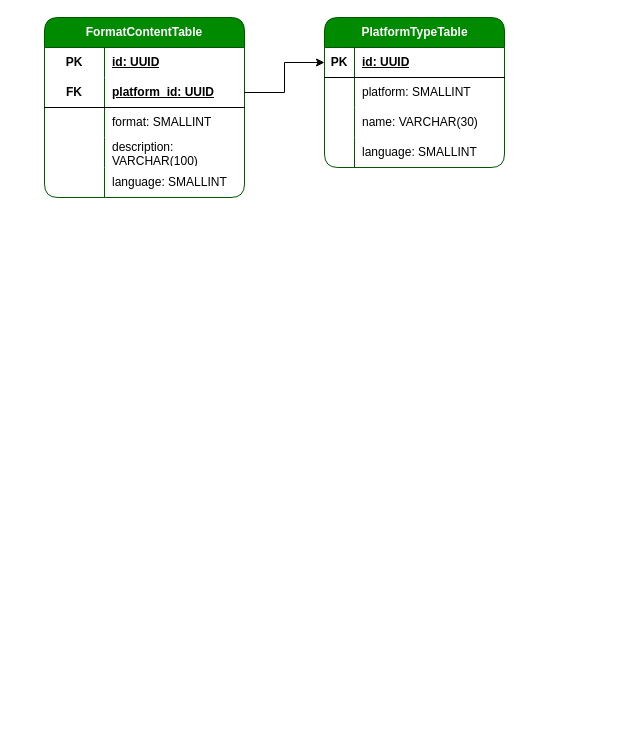
Earlier version of the draw.io diagram page "content_db" (9 of 9) of Advertiser-Blogger.drawio (KmvRoman/Diagrams). Source tidied: cells renumbered, new cells numbered last; positions are measured from the earlier drawing's top-left corner, leaving out a move shared by most shapes. Both pictures are drawn from the tidied source at 100%, with x=0, y=0 at pixel (44, 17).
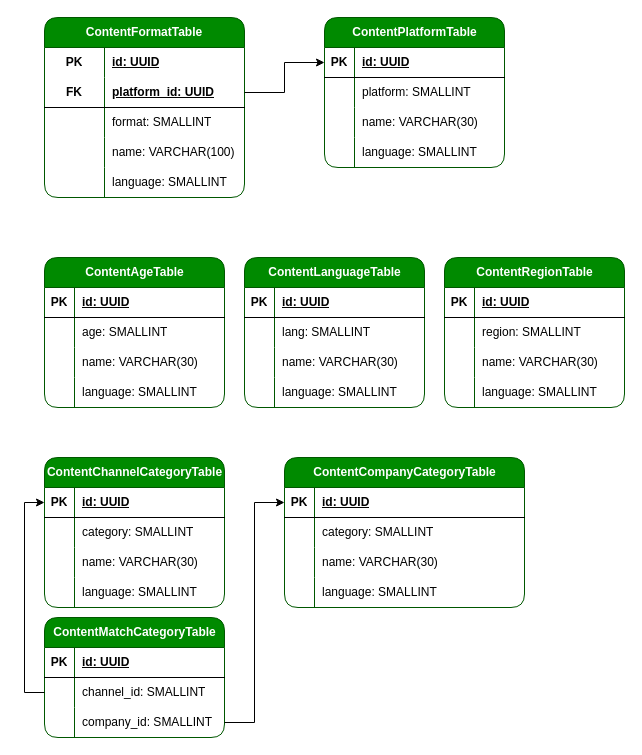
After the change.

The change refers to these unchanged cells:
```xml
<mxCell id="12" style="shape=tableRow;horizontal=0;startSize=0;swimlaneHead=0;swimlaneBody=0;fillColor=none;top=0;left=0;right=0;bottom=0;html=1;" parent="2" vertex="1">
  <mxGeometry y="120" width="200" height="30" as="geometry" />
</mxCell>
```

The edit, as a diff of the source:
```diff
@@
-    <mxCell id="2" value="FormatContentTable" style="shape=table;startSize=30;childLayout=tableLayout;rowLines=0;fontStyle=1;align=center;html=1;whiteSpace=wrap;rounded=1;fillColor=#008a00;fontColor=#ffffff;strokeColor=#005700;" parent="1" vertex="1">
+    <mxCell id="2" value="ContentFormatTable" style="shape=table;startSize=30;childLayout=tableLayout;rowLines=0;fontStyle=1;align=center;html=1;whiteSpace=wrap;rounded=1;fillColor=#008a00;fontColor=#ffffff;strokeColor=#005700;" parent="1" vertex="1">
       <mxGeometry width="200" height="180" as="geometry" />
     </mxCell>
@@
-    <mxCell id="14" value="description: VARCHAR(100)" style="shape=partialRectangle;fillColor=none;top=0;left=0;bottom=0;right=0;align=left;spacingLeft=6;overflow=hidden;html=1;whiteSpace=wrap;" parent="12" vertex="1">
+    <mxCell id="14" value="name: VARCHAR(100)" style="shape=partialRectangle;fillColor=none;top=0;left=0;bottom=0;right=0;align=left;spacingLeft=6;overflow=hidden;html=1;whiteSpace=wrap;" parent="12" vertex="1">
       <mxGeometry x="60" width="140" height="30" as="geometry" />
     </mxCell>
@@
-    <mxCell id="18" value="PlatformTypeTable" style="shape=table;startSize=30;childLayout=tableLayout;rowLines=0;fontStyle=1;align=center;html=1;rounded=1;fillColor=#008a00;fontColor=#ffffff;strokeColor=#005700;" parent="1" vertex="1">
+    <mxCell id="18" value="ContentPlatformTable" style="shape=table;startSize=30;childLayout=tableLayout;rowLines=0;fontStyle=1;align=center;html=1;rounded=1;fillColor=#008a00;fontColor=#ffffff;strokeColor=#005700;" parent="1" vertex="1">
       <mxGeometry x="280" width="180" height="150" as="geometry" />
     </mxCell>
@@
+    <mxCell id="32" value="ContentAgeTable" style="shape=table;startSize=30;childLayout=tableLayout;rowLines=0;fontStyle=1;align=center;html=1;rounded=1;fillColor=#008a00;fontColor=#ffffff;strokeColor=#005700;" parent="1" vertex="1">
+      <mxGeometry y="240" width="180" height="150" as="geometry" />
+    </mxCell>
+    <mxCell id="33" style="shape=tableRow;horizontal=0;startSize=0;swimlaneHead=0;swimlaneBody=0;fillColor=none;top=0;left=0;right=0;bottom=1;rounded=1;" parent="32" vertex="1">
+      <mxGeometry y="30" width="180" height="30" as="geometry" />
+    </mxCell>
+    <mxCell id="34" value="PK" style="shape=partialRectangle;fillColor=none;top=0;left=0;bottom=0;right=0;fontStyle=1;overflow=hidden;whiteSpace=wrap;html=1;" parent="33" vertex="1">
+      <mxGeometry width="30" height="30" as="geometry" />
+    </mxCell>
+    <mxCell id="35" value="id: UUID" style="shape=partialRectangle;fillColor=none;top=0;left=0;bottom=0;right=0;align=left;spacingLeft=6;fontStyle=5;overflow=hidden;whiteSpace=wrap;html=1;" parent="33" vertex="1">
+      <mxGeometry x="30" width="150" height="30" as="geometry" />
+    </mxCell>
+    <mxCell id="36" style="shape=tableRow;horizontal=0;startSize=0;swimlaneHead=0;swimlaneBody=0;fillColor=none;top=0;left=0;right=0;bottom=0;" parent="32" vertex="1">
+      <mxGeometry y="60" width="180" height="30" as="geometry" />
+    </mxCell>
+    <mxCell id="37" style="shape=partialRectangle;fillColor=none;top=0;left=0;bottom=0;right=0;overflow=hidden;whiteSpace=wrap;html=1;" parent="36" vertex="1">
+      <mxGeometry width="30" height="30" as="geometry" />
+    </mxCell>
+    <mxCell id="38" value="age: SMALLINT" style="shape=partialRectangle;fillColor=none;top=0;left=0;bottom=0;right=0;align=left;spacingLeft=6;overflow=hidden;whiteSpace=wrap;html=1;" parent="36" vertex="1">
+      <mxGeometry x="30" width="150" height="30" as="geometry" />
+    </mxCell>
+    <mxCell id="39" style="shape=tableRow;horizontal=0;startSize=0;swimlaneHead=0;swimlaneBody=0;fillColor=none;top=0;left=0;right=0;bottom=0;" parent="32" vertex="1">
+      <mxGeometry y="90" width="180" height="30" as="geometry" />
+    </mxCell>
+    <mxCell id="40" style="shape=partialRectangle;fillColor=none;top=0;left=0;bottom=0;right=0;overflow=hidden;whiteSpace=wrap;html=1;" parent="39" vertex="1">
+      <mxGeometry width="30" height="30" as="geometry" />
+    </mxCell>
+    <mxCell id="41" value="name: VARCHAR(30)" style="shape=partialRectangle;fillColor=none;top=0;left=0;bottom=0;right=0;align=left;spacingLeft=6;overflow=hidden;whiteSpace=wrap;html=1;" parent="39" vertex="1">
+      <mxGeometry x="30" width="150" height="30" as="geometry" />
+    </mxCell>
+    <mxCell id="42" style="shape=tableRow;horizontal=0;startSize=0;swimlaneHead=0;swimlaneBody=0;fillColor=none;top=0;left=0;right=0;bottom=0;" parent="32" vertex="1">
+      <mxGeometry y="120" width="180" height="30" as="geometry" />
+    </mxCell>
+    <mxCell id="43" style="shape=partialRectangle;fillColor=none;top=0;left=0;bottom=0;right=0;overflow=hidden;whiteSpace=wrap;html=1;" parent="42" vertex="1">
+      <mxGeometry width="30" height="30" as="geometry" />
+    </mxCell>
+    <mxCell id="44" value="language: SMALLINT" style="shape=partialRectangle;fillColor=none;top=0;left=0;bottom=0;right=0;align=left;spacingLeft=6;overflow=hidden;whiteSpace=wrap;html=1;" parent="42" vertex="1">
+      <mxGeometry x="30" width="150" height="30" as="geometry" />
+    </mxCell>
+    <mxCell id="45" value="ContentChannelCategoryTable" style="shape=table;startSize=30;childLayout=tableLayout;rowLines=0;fontStyle=1;align=center;html=1;rounded=1;fillColor=#008a00;fontColor=#ffffff;strokeColor=#005700;" parent="1" vertex="1">
+      <mxGeometry y="440" width="180" height="150" as="geometry" />
+    </mxCell>
+    <mxCell id="46" style="shape=tableRow;horizontal=0;startSize=0;swimlaneHead=0;swimlaneBody=0;fillColor=none;points=[[0,0.5],[1,0.5]];portConstraint=eastwest;top=0;left=0;right=0;bottom=1;rounded=1;" parent="45" vertex="1">
+      <mxGeometry y="30" width="180" height="30" as="geometry" />
+    </mxCell>
+    <mxCell id="47" value="PK" style="shape=partialRectangle;fillColor=none;top=0;left=0;bottom=0;right=0;fontStyle=1;overflow=hidden;whiteSpace=wrap;html=1;" parent="46" vertex="1">
+      <mxGeometry width="30" height="30" as="geometry" />
+    </mxCell>
+    <mxCell id="48" value="id: UUID" style="shape=partialRectangle;fillColor=none;top=0;left=0;bottom=0;right=0;align=left;spacingLeft=6;fontStyle=5;overflow=hidden;whiteSpace=wrap;html=1;" parent="46" vertex="1">
+      <mxGeometry x="30" width="150" height="30" as="geometry" />
+    </mxCell>
+    <mxCell id="49" style="shape=tableRow;horizontal=0;startSize=0;swimlaneHead=0;swimlaneBody=0;fillColor=none;top=0;left=0;right=0;bottom=0;" parent="45" vertex="1">
+      <mxGeometry y="60" width="180" height="30" as="geometry" />
+    </mxCell>
+    <mxCell id="50" style="shape=partialRectangle;fillColor=none;top=0;left=0;bottom=0;right=0;overflow=hidden;whiteSpace=wrap;html=1;" parent="49" vertex="1">
+      <mxGeometry width="30" height="30" as="geometry" />
+    </mxCell>
+    <mxCell id="51" value="category: SMALLINT" style="shape=partialRectangle;fillColor=none;top=0;left=0;bottom=0;right=0;align=left;spacingLeft=6;overflow=hidden;whiteSpace=wrap;html=1;" parent="49" vertex="1">
+      <mxGeometry x="30" width="150" height="30" as="geometry" />
+    </mxCell>
+    <mxCell id="52" style="shape=tableRow;horizontal=0;startSize=0;swimlaneHead=0;swimlaneBody=0;fillColor=none;top=0;left=0;right=0;bottom=0;" parent="45" vertex="1">
+      <mxGeometry y="90" width="180" height="30" as="geometry" />
+    </mxCell>
+    <mxCell id="53" style="shape=partialRectangle;fillColor=none;top=0;left=0;bottom=0;right=0;overflow=hidden;whiteSpace=wrap;html=1;" parent="52" vertex="1">
+      <mxGeometry width="30" height="30" as="geometry" />
+    </mxCell>
+    <mxCell id="54" value="name: VARCHAR(30)" style="shape=partialRectangle;fillColor=none;top=0;left=0;bottom=0;right=0;align=left;spacingLeft=6;overflow=hidden;whiteSpace=wrap;html=1;" parent="52" vertex="1">
+      <mxGeometry x="30" width="150" height="30" as="geometry" />
+    </mxCell>
+    <mxCell id="55" style="shape=tableRow;horizontal=0;startSize=0;swimlaneHead=0;swimlaneBody=0;fillColor=none;top=0;left=0;right=0;bottom=0;" parent="45" vertex="1">
+      <mxGeometry y="120" width="180" height="30" as="geometry" />
+    </mxCell>
+    <mxCell id="56" style="shape=partialRectangle;fillColor=none;top=0;left=0;bottom=0;right=0;overflow=hidden;whiteSpace=wrap;html=1;" parent="55" vertex="1">
+      <mxGeometry width="30" height="30" as="geometry" />
+    </mxCell>
+    <mxCell id="57" value="language: SMALLINT" style="shape=partialRectangle;fillColor=none;top=0;left=0;bottom=0;right=0;align=left;spacingLeft=6;overflow=hidden;whiteSpace=wrap;html=1;" parent="55" vertex="1">
+      <mxGeometry x="30" width="150" height="30" as="geometry" />
+    </mxCell>
+    <mxCell id="58" value="ContentRegionTable" style="shape=table;startSize=30;childLayout=tableLayout;rowLines=0;fontStyle=1;align=center;html=1;rounded=1;fillColor=#008a00;fontColor=#ffffff;strokeColor=#005700;" parent="1" vertex="1">
+      <mxGeometry x="400" y="240" width="180" height="150" as="geometry" />
+    </mxCell>
+    <mxCell id="59" style="shape=tableRow;horizontal=0;startSize=0;swimlaneHead=0;swimlaneBody=0;fillColor=none;top=0;left=0;right=0;bottom=1;rounded=1;" parent="58" vertex="1">
+      <mxGeometry y="30" width="180" height="30" as="geometry" />
+    </mxCell>
+    <mxCell id="60" value="PK" style="shape=partialRectangle;fillColor=none;top=0;left=0;bottom=0;right=0;fontStyle=1;overflow=hidden;whiteSpace=wrap;html=1;" parent="59" vertex="1">
+      <mxGeometry width="30" height="30" as="geometry" />
+    </mxCell>
+    <mxCell id="61" value="id: UUID" style="shape=partialRectangle;fillColor=none;top=0;left=0;bottom=0;right=0;align=left;spacingLeft=6;fontStyle=5;overflow=hidden;whiteSpace=wrap;html=1;" parent="59" vertex="1">
+      <mxGeometry x="30" width="150" height="30" as="geometry" />
+    </mxCell>
+    <mxCell id="62" style="shape=tableRow;horizontal=0;startSize=0;swimlaneHead=0;swimlaneBody=0;fillColor=none;top=0;left=0;right=0;bottom=0;" parent="58" vertex="1">
+      <mxGeometry y="60" width="180" height="30" as="geometry" />
+    </mxCell>
+    <mxCell id="63" style="shape=partialRectangle;fillColor=none;top=0;left=0;bottom=0;right=0;overflow=hidden;whiteSpace=wrap;html=1;" parent="62" vertex="1">
+      <mxGeometry width="30" height="30" as="geometry" />
+    </mxCell>
+    <mxCell id="64" value="region: SMALLINT" style="shape=partialRectangle;fillColor=none;top=0;left=0;bottom=0;right=0;align=left;spacingLeft=6;overflow=hidden;whiteSpace=wrap;html=1;" parent="62" vertex="1">
+      <mxGeometry x="30" width="150" height="30" as="geometry" />
+    </mxCell>
+    <mxCell id="65" style="shape=tableRow;horizontal=0;startSize=0;swimlaneHead=0;swimlaneBody=0;fillColor=none;top=0;left=0;right=0;bottom=0;" parent="58" vertex="1">
+      <mxGeometry y="90" width="180" height="30" as="geometry" />
+    </mxCell>
+    <mxCell id="66" style="shape=partialRectangle;fillColor=none;top=0;left=0;bottom=0;right=0;overflow=hidden;whiteSpace=wrap;html=1;" parent="65" vertex="1">
+      <mxGeometry width="30" height="30" as="geometry" />
+    </mxCell>
+    <mxCell id="67" value="name: VARCHAR(30)" style="shape=partialRectangle;fillColor=none;top=0;left=0;bottom=0;right=0;align=left;spacingLeft=6;overflow=hidden;whiteSpace=wrap;html=1;" parent="65" vertex="1">
+      <mxGeometry x="30" width="150" height="30" as="geometry" />
+    </mxCell>
+    <mxCell id="68" style="shape=tableRow;horizontal=0;startSize=0;swimlaneHead=0;swimlaneBody=0;fillColor=none;top=0;left=0;right=0;bottom=0;" parent="58" vertex="1">
+      <mxGeometry y="120" width="180" height="30" as="geometry" />
+    </mxCell>
+    <mxCell id="69" style="shape=partialRectangle;fillColor=none;top=0;left=0;bottom=0;right=0;overflow=hidden;whiteSpace=wrap;html=1;" parent="68" vertex="1">
+      <mxGeometry width="30" height="30" as="geometry" />
+    </mxCell>
+    <mxCell id="70" value="language: SMALLINT" style="shape=partialRectangle;fillColor=none;top=0;left=0;bottom=0;right=0;align=left;spacingLeft=6;overflow=hidden;whiteSpace=wrap;html=1;" parent="68" vertex="1">
+      <mxGeometry x="30" width="150" height="30" as="geometry" />
+    </mxCell>
+    <mxCell id="71" value="ContentLanguageTable" style="shape=table;startSize=30;childLayout=tableLayout;rowLines=0;fontStyle=1;align=center;html=1;rounded=1;fillColor=#008a00;fontColor=#ffffff;strokeColor=#005700;" parent="1" vertex="1">
+      <mxGeometry x="200" y="240" width="180" height="150" as="geometry" />
+    </mxCell>
+    <mxCell id="72" style="shape=tableRow;horizontal=0;startSize=0;swimlaneHead=0;swimlaneBody=0;fillColor=none;top=0;left=0;right=0;bottom=1;rounded=1;" parent="71" vertex="1">
+      <mxGeometry y="30" width="180" height="30" as="geometry" />
+    </mxCell>
+    <mxCell id="73" value="PK" style="shape=partialRectangle;fillColor=none;top=0;left=0;bottom=0;right=0;fontStyle=1;overflow=hidden;whiteSpace=wrap;html=1;" parent="72" vertex="1">
+      <mxGeometry width="30" height="30" as="geometry" />
+    </mxCell>
+    <mxCell id="74" value="id: UUID" style="shape=partialRectangle;fillColor=none;top=0;left=0;bottom=0;right=0;align=left;spacingLeft=6;fontStyle=5;overflow=hidden;whiteSpace=wrap;html=1;" parent="72" vertex="1">
+      <mxGeometry x="30" width="150" height="30" as="geometry" />
+    </mxCell>
+    <mxCell id="75" style="shape=tableRow;horizontal=0;startSize=0;swimlaneHead=0;swimlaneBody=0;fillColor=none;top=0;left=0;right=0;bottom=0;" parent="71" vertex="1">
+      <mxGeometry y="60" width="180" height="30" as="geometry" />
+    </mxCell>
+    <mxCell id="76" style="shape=partialRectangle;fillColor=none;top=0;left=0;bottom=0;right=0;overflow=hidden;whiteSpace=wrap;html=1;" parent="75" vertex="1">
+      <mxGeometry width="30" height="30" as="geometry" />
+    </mxCell>
+    <mxCell id="77" value="lang: SMALLINT" style="shape=partialRectangle;fillColor=none;top=0;left=0;bottom=0;right=0;align=left;spacingLeft=6;overflow=hidden;whiteSpace=wrap;html=1;" parent="75" vertex="1">
+      <mxGeometry x="30" width="150" height="30" as="geometry" />
+    </mxCell>
+    <mxCell id="78" style="shape=tableRow;horizontal=0;startSize=0;swimlaneHead=0;swimlaneBody=0;fillColor=none;top=0;left=0;right=0;bottom=0;" parent="71" vertex="1">
+      <mxGeometry y="90" width="180" height="30" as="geometry" />
+    </mxCell>
+    <mxCell id="79" style="shape=partialRectangle;fillColor=none;top=0;left=0;bottom=0;right=0;overflow=hidden;whiteSpace=wrap;html=1;" parent="78" vertex="1">
+      <mxGeometry width="30" height="30" as="geometry" />
+    </mxCell>
+    <mxCell id="80" value="name: VARCHAR(30)" style="shape=partialRectangle;fillColor=none;top=0;left=0;bottom=0;right=0;align=left;spacingLeft=6;overflow=hidden;whiteSpace=wrap;html=1;" parent="78" vertex="1">
+      <mxGeometry x="30" width="150" height="30" as="geometry" />
+    </mxCell>
+    <mxCell id="81" style="shape=tableRow;horizontal=0;startSize=0;swimlaneHead=0;swimlaneBody=0;fillColor=none;top=0;left=0;right=0;bottom=0;" parent="71" vertex="1">
+      <mxGeometry y="120" width="180" height="30" as="geometry" />
+    </mxCell>
+    <mxCell id="82" style="shape=partialRectangle;fillColor=none;top=0;left=0;bottom=0;right=0;overflow=hidden;whiteSpace=wrap;html=1;" parent="81" vertex="1">
+      <mxGeometry width="30" height="30" as="geometry" />
+    </mxCell>
+    <mxCell id="83" value="language: SMALLINT" style="shape=partialRectangle;fillColor=none;top=0;left=0;bottom=0;right=0;align=left;spacingLeft=6;overflow=hidden;whiteSpace=wrap;html=1;" parent="81" vertex="1">
+      <mxGeometry x="30" width="150" height="30" as="geometry" />
+    </mxCell>
+    <mxCell id="84" value="ContentCompanyCategoryTable" style="shape=table;startSize=30;childLayout=tableLayout;rowLines=0;fontStyle=1;align=center;html=1;rounded=1;fillColor=#008a00;fontColor=#ffffff;strokeColor=#005700;" parent="1" vertex="1">
+      <mxGeometry x="240" y="440" width="240" height="150" as="geometry" />
+    </mxCell>
+    <mxCell id="85" style="shape=tableRow;horizontal=0;startSize=0;swimlaneHead=0;swimlaneBody=0;fillColor=none;points=[[0,0.5],[1,0.5]];portConstraint=eastwest;top=0;left=0;right=0;bottom=1;rounded=1;" parent="84" vertex="1">
+      <mxGeometry y="30" width="240" height="30" as="geometry" />
+    </mxCell>
+    <mxCell id="86" value="PK" style="shape=partialRectangle;fillColor=none;top=0;left=0;bottom=0;right=0;fontStyle=1;overflow=hidden;whiteSpace=wrap;html=1;" parent="85" vertex="1">
+      <mxGeometry width="30" height="30" as="geometry" />
+    </mxCell>
+    <mxCell id="87" value="id: UUID" style="shape=partialRectangle;fillColor=none;top=0;left=0;bottom=0;right=0;align=left;spacingLeft=6;fontStyle=5;overflow=hidden;whiteSpace=wrap;html=1;" parent="85" vertex="1">
+      <mxGeometry x="30" width="210" height="30" as="geometry" />
+    </mxCell>
+    <mxCell id="88" style="shape=tableRow;horizontal=0;startSize=0;swimlaneHead=0;swimlaneBody=0;fillColor=none;top=0;left=0;right=0;bottom=0;" parent="84" vertex="1">
+      <mxGeometry y="60" width="240" height="30" as="geometry" />
+    </mxCell>
+    <mxCell id="89" style="shape=partialRectangle;fillColor=none;top=0;left=0;bottom=0;right=0;overflow=hidden;whiteSpace=wrap;html=1;" parent="88" vertex="1">
+      <mxGeometry width="30" height="30" as="geometry" />
+    </mxCell>
+    <mxCell id="90" value="category: SMALLINT" style="shape=partialRectangle;fillColor=none;top=0;left=0;bottom=0;right=0;align=left;spacingLeft=6;overflow=hidden;whiteSpace=wrap;html=1;" parent="88" vertex="1">
+      <mxGeometry x="30" width="210" height="30" as="geometry" />
+    </mxCell>
+    <mxCell id="91" style="shape=tableRow;horizontal=0;startSize=0;swimlaneHead=0;swimlaneBody=0;fillColor=none;top=0;left=0;right=0;bottom=0;" parent="84" vertex="1">
+      <mxGeometry y="90" width="240" height="30" as="geometry" />
+    </mxCell>
+    <mxCell id="92" style="shape=partialRectangle;fillColor=none;top=0;left=0;bottom=0;right=0;overflow=hidden;whiteSpace=wrap;html=1;" parent="91" vertex="1">
+      <mxGeometry width="30" height="30" as="geometry" />
+    </mxCell>
+    <mxCell id="93" value="name: VARCHAR(30)" style="shape=partialRectangle;fillColor=none;top=0;left=0;bottom=0;right=0;align=left;spacingLeft=6;overflow=hidden;whiteSpace=wrap;html=1;" parent="91" vertex="1">
+      <mxGeometry x="30" width="210" height="30" as="geometry" />
+    </mxCell>
+    <mxCell id="94" style="shape=tableRow;horizontal=0;startSize=0;swimlaneHead=0;swimlaneBody=0;fillColor=none;top=0;left=0;right=0;bottom=0;" parent="84" vertex="1">
+      <mxGeometry y="120" width="240" height="30" as="geometry" />
+    </mxCell>
+    <mxCell id="95" style="shape=partialRectangle;fillColor=none;top=0;left=0;bottom=0;right=0;overflow=hidden;whiteSpace=wrap;html=1;" parent="94" vertex="1">
+      <mxGeometry width="30" height="30" as="geometry" />
+    </mxCell>
+    <mxCell id="96" value="language: SMALLINT" style="shape=partialRectangle;fillColor=none;top=0;left=0;bottom=0;right=0;align=left;spacingLeft=6;overflow=hidden;whiteSpace=wrap;html=1;" parent="94" vertex="1">
+      <mxGeometry x="30" width="210" height="30" as="geometry" />
+    </mxCell>
+    <mxCell id="97" value="ContentMatchCategoryTable" style="shape=table;startSize=30;childLayout=tableLayout;rowLines=0;fontStyle=1;align=center;html=1;rounded=1;fillColor=#008a00;fontColor=#ffffff;strokeColor=#005700;" parent="1" vertex="1">
+      <mxGeometry y="600" width="180" height="120" as="geometry" />
+    </mxCell>
+    <mxCell id="98" style="shape=tableRow;horizontal=0;startSize=0;swimlaneHead=0;swimlaneBody=0;fillColor=none;top=0;left=0;right=0;bottom=1;rounded=1;" parent="97" vertex="1">
+      <mxGeometry y="30" width="180" height="30" as="geometry" />
+    </mxCell>
+    <mxCell id="99" value="PK" style="shape=partialRectangle;fillColor=none;top=0;left=0;bottom=0;right=0;fontStyle=1;overflow=hidden;whiteSpace=wrap;html=1;" parent="98" vertex="1">
+      <mxGeometry width="30" height="30" as="geometry" />
+    </mxCell>
+    <mxCell id="100" value="id: UUID" style="shape=partialRectangle;fillColor=none;top=0;left=0;bottom=0;right=0;align=left;spacingLeft=6;fontStyle=5;overflow=hidden;whiteSpace=wrap;html=1;" parent="98" vertex="1">
+      <mxGeometry x="30" width="150" height="30" as="geometry" />
+    </mxCell>
+    <mxCell id="101" style="shape=tableRow;horizontal=0;startSize=0;swimlaneHead=0;swimlaneBody=0;fillColor=none;points=[[0,0.5],[1,0.5]];portConstraint=eastwest;top=0;left=0;right=0;bottom=0;" parent="97" vertex="1">
+      <mxGeometry y="60" width="180" height="30" as="geometry" />
+    </mxCell>
+    <mxCell id="102" style="shape=partialRectangle;fillColor=none;top=0;left=0;bottom=0;right=0;overflow=hidden;whiteSpace=wrap;html=1;" parent="101" vertex="1">
+      <mxGeometry width="30" height="30" as="geometry" />
+    </mxCell>
+    <mxCell id="103" value="channel_id: SMALLINT" style="shape=partialRectangle;fillColor=none;top=0;left=0;bottom=0;right=0;align=left;spacingLeft=6;overflow=hidden;whiteSpace=wrap;html=1;" parent="101" vertex="1">
+      <mxGeometry x="30" width="150" height="30" as="geometry" />
+    </mxCell>
+    <mxCell id="104" style="shape=tableRow;horizontal=0;startSize=0;swimlaneHead=0;swimlaneBody=0;fillColor=none;points=[[0,0.5],[1,0.5]];portConstraint=eastwest;top=0;left=0;right=0;bottom=0;" parent="97" vertex="1">
+      <mxGeometry y="90" width="180" height="30" as="geometry" />
+    </mxCell>
+    <mxCell id="105" style="shape=partialRectangle;fillColor=none;top=0;left=0;bottom=0;right=0;overflow=hidden;whiteSpace=wrap;html=1;" parent="104" vertex="1">
+      <mxGeometry width="30" height="30" as="geometry" />
+    </mxCell>
+    <mxCell id="106" value="company_id: SMALLINT" style="shape=partialRectangle;fillColor=none;top=0;left=0;bottom=0;right=0;align=left;spacingLeft=6;overflow=hidden;whiteSpace=wrap;html=1;" parent="104" vertex="1">
+      <mxGeometry x="30" width="150" height="30" as="geometry" />
+    </mxCell>
+    <mxCell id="107" style="edgeStyle=orthogonalEdgeStyle;rounded=0;jettySize=auto;html=1;entryX=0;entryY=0.5;entryDx=0;entryDy=0;" parent="1" edge="1" source="101" target="46">
+      <mxGeometry relative="1" as="geometry" />
+    </mxCell>
+    <mxCell id="108" style="edgeStyle=orthogonalEdgeStyle;rounded=0;jettySize=auto;html=1;entryX=0;entryY=0.5;entryDx=0;entryDy=0;" parent="1" edge="1" source="104" target="85">
+      <mxGeometry relative="1" as="geometry" />
+    </mxCell>
```
